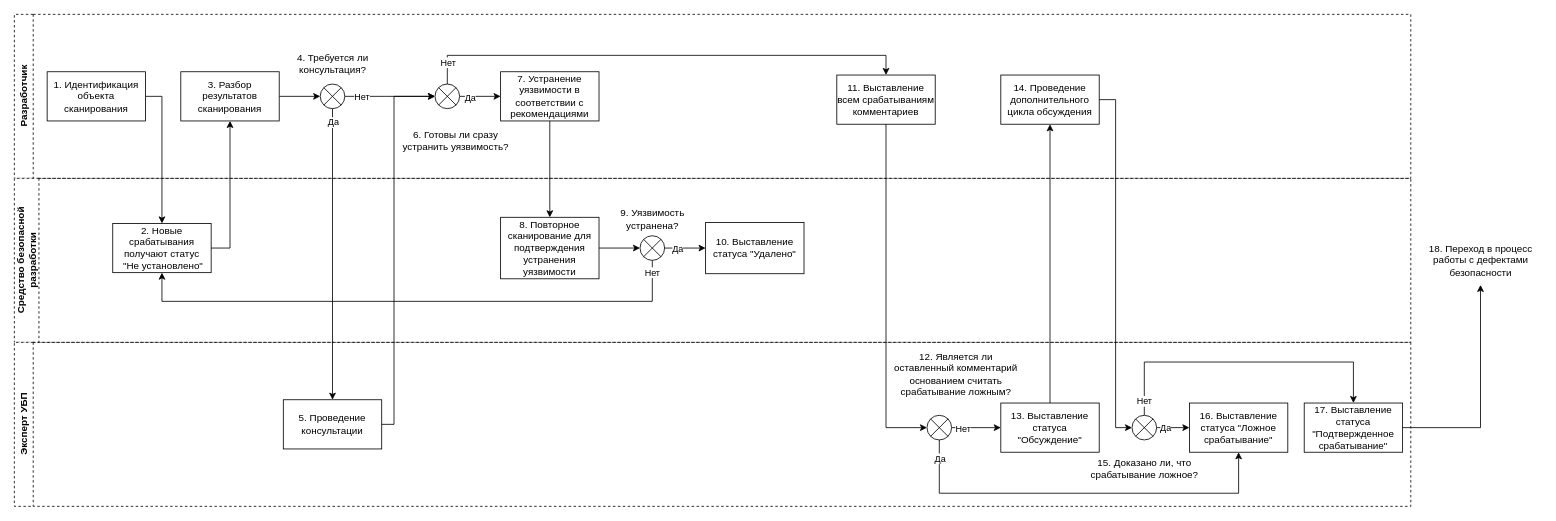
This is page "Анализ" (2 of 4) of Alfa.drawio from GoluzinaD/Python, a draw.io file, before an edit. Source tidied: cells renumbered, new cells numbered last; positions are measured from the earlier drawing's top-left corner, leaving out a move shared by most shapes. Both pictures are drawn from the tidied source at 82%, with x=0, y=0 at pixel (14, 14).
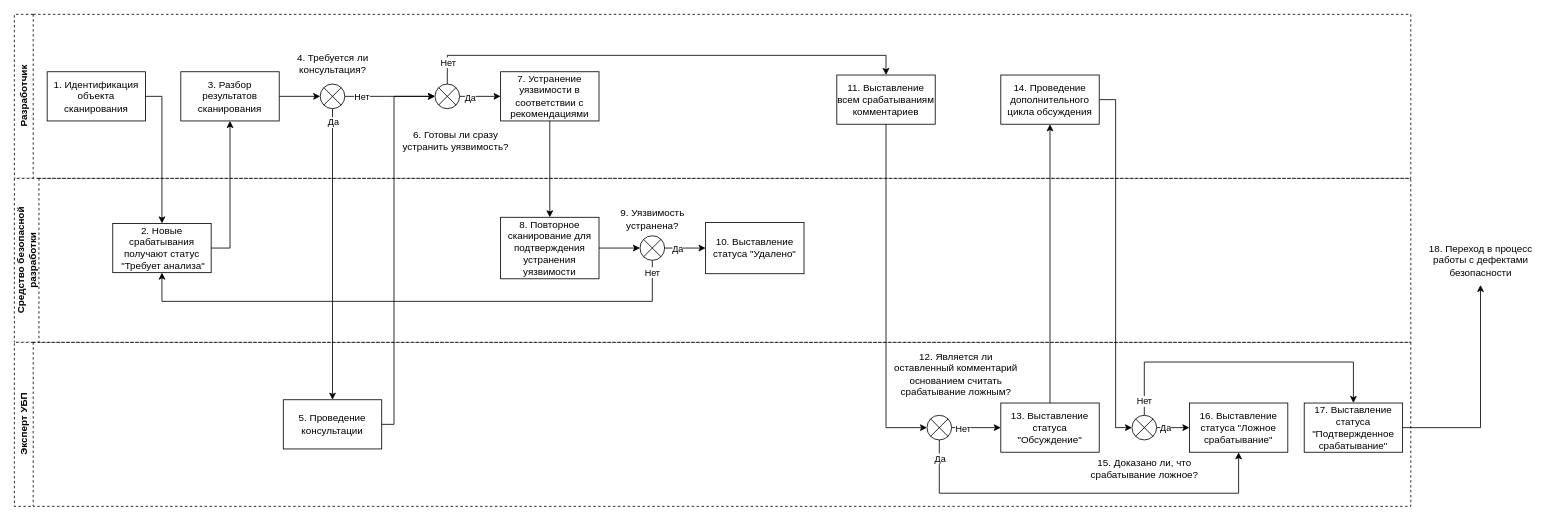
The same page after the edit.

Unchanged cells that the change refers to:
```xml
<mxCell id="20" value="Средство безопасной разработки" style="swimlane;horizontal=0;whiteSpace=wrap;html=1;startSize=30;dashed=1;" parent="1" vertex="1">
  <mxGeometry y="200" width="1703" height="200" as="geometry" />
</mxCell>
```

Diff of the diagram source:
```diff
@@
-    <mxCell id="21" value="2. Новые срабатывания получают статус&lt;br&gt;&amp;nbsp;&quot;Не установлено&quot;" style="rounded=0;whiteSpace=wrap;html=1;" parent="20" vertex="1">
+    <mxCell id="21" value="2. Новые срабатывания получают статус&lt;br&gt;&amp;nbsp;&quot;Требует анализа&quot;" style="rounded=0;whiteSpace=wrap;html=1;" parent="20" vertex="1">
       <mxGeometry x="120" y="55" width="120" height="60" as="geometry" />
     </mxCell>
```
